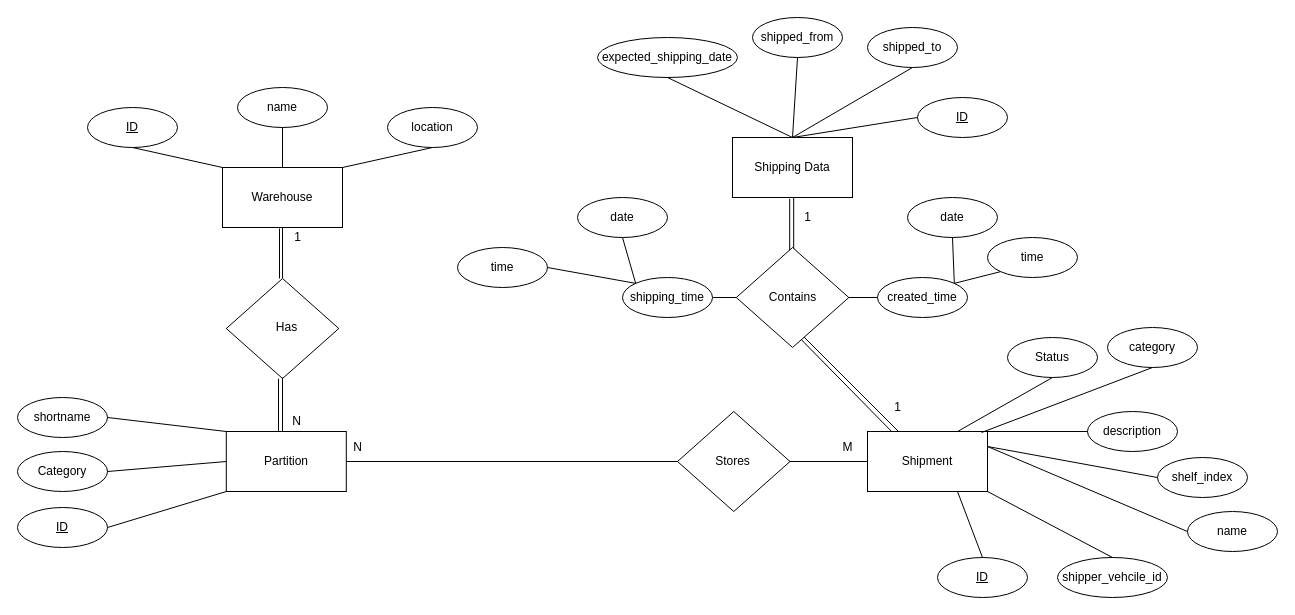
Earlier version of the draw.io diagram page "Page-2" (2 of 2) of inventory-architecture.drawio (ahmedsalahacc/Inventory-Management-System). Source tidied: cells renumbered, new cells numbered last; positions are measured from the earlier drawing's top-left corner, leaving out a move shared by most shapes. Both pictures are drawn from the tidied source at 100%, with x=0, y=0 at pixel (17, 17).
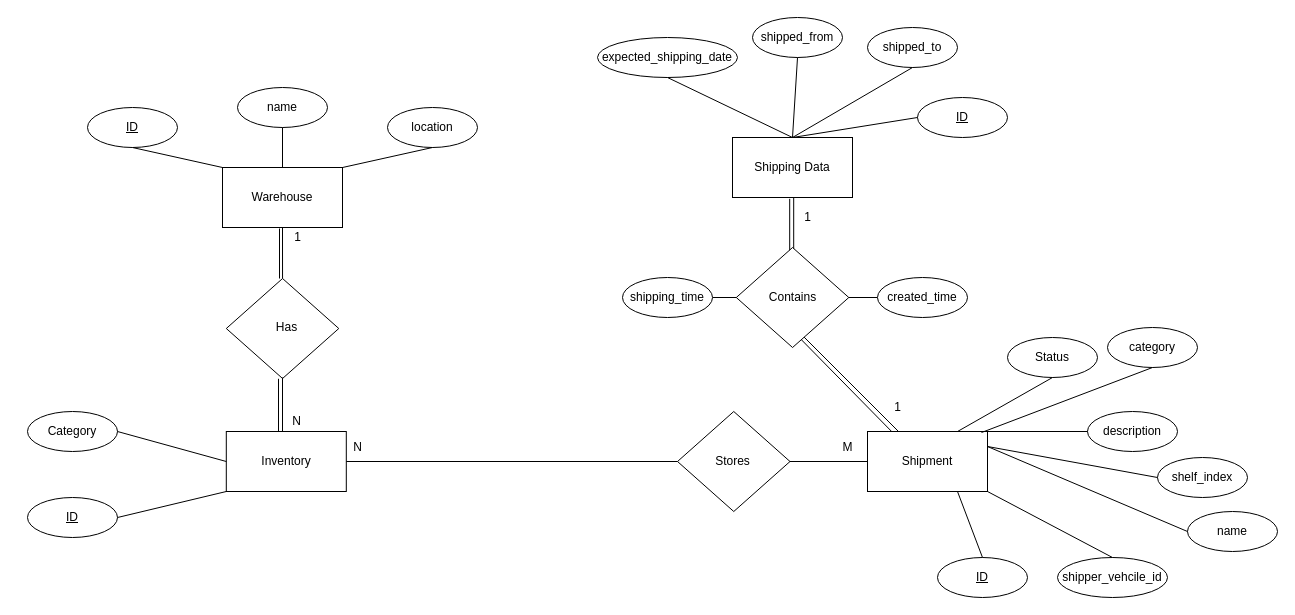
The same diagram, later.

Unchanged cells that the change refers to:
```xml
<mxCell id="36" style="group;" parent="1" vertex="1">
  <mxGeometry y="70" width="460" height="460" as="geometry" />
</mxCell>
<mxCell id="67" value="created_time" style="ellipse;whiteSpace=wrap;html=1;fontSize=12;fillColor=#FFFFFF;" parent="1" vertex="1">
  <mxGeometry x="860" y="260" width="90" height="40" as="geometry" />
</mxCell>
<mxCell id="71" value="shipping_time" style="ellipse;whiteSpace=wrap;html=1;fontSize=12;fillColor=#FFFFFF;" parent="1" vertex="1">
  <mxGeometry x="605" y="260" width="90" height="40" as="geometry" />
</mxCell>
```

The edit, as a diff of the source:
```diff
@@
-    <mxCell id="51" value="Partition" style="rounded=0;whiteSpace=wrap;html=1;fontSize=12;fillColor=#FFFFFF;" parent="36" vertex="1">
+    <mxCell id="51" value="Inventory" style="rounded=0;whiteSpace=wrap;html=1;fontSize=12;fillColor=#FFFFFF;" parent="36" vertex="1">
       <mxGeometry x="208.8" y="344" width="120" height="60" as="geometry" />
     </mxCell>
     <mxCell id="52" value="&lt;u&gt;ID&lt;/u&gt;" style="ellipse;whiteSpace=wrap;html=1;fontSize=12;fillColor=#FFFFFF;" parent="36" vertex="1">
-      <mxGeometry y="420" width="90" height="40" as="geometry" />
+      <mxGeometry x="10" y="410" width="90" height="40" as="geometry" />
     </mxCell>
     <mxCell id="53" value="Category" style="ellipse;whiteSpace=wrap;html=1;fontSize=12;fillColor=#FFFFFF;" parent="36" vertex="1">
-      <mxGeometry y="364" width="90" height="40" as="geometry" />
+      <mxGeometry x="10" y="324" width="90" height="40" as="geometry" />
     </mxCell>
-    <mxCell id="54" value="shortname" style="ellipse;whiteSpace=wrap;html=1;fontSize=12;fillColor=#FFFFFF;" parent="36" vertex="1">
-      <mxGeometry y="310" width="90" height="40" as="geometry" />
-    </mxCell>
-    <mxCell id="55" style="endArrow=none;html=1;rounded=0;fontSize=12;entryX=0;entryY=0;entryDx=0;entryDy=0;exitX=1;exitY=0.5;exitDx=0;exitDy=0;" parent="36" edge="1" source="54" target="51">
-      <mxGeometry relative="1" as="geometry" />
-    </mxCell>
@@
-    <mxCell id="65" value="time" style="ellipse;whiteSpace=wrap;html=1;fontSize=12;fillColor=#FFFFFF;" parent="1" vertex="1">
-      <mxGeometry x="970" y="220" width="90" height="40" as="geometry" />
-    </mxCell>
-    <mxCell id="66" value="date" style="ellipse;whiteSpace=wrap;html=1;fontSize=12;fillColor=#FFFFFF;" parent="1" vertex="1">
-      <mxGeometry x="890" y="180" width="90" height="40" as="geometry" />
-    </mxCell>
@@
-    <mxCell id="68" style="endArrow=none;html=1;rounded=0;fontSize=12;exitX=1;exitY=0;exitDx=0;exitDy=0;entryX=0;entryY=1;entryDx=0;entryDy=0;" parent="1" edge="1" source="67" target="65">
-      <mxGeometry relative="1" as="geometry" />
-    </mxCell>
-    <mxCell id="69" style="endArrow=none;html=1;rounded=0;fontSize=12;exitX=1;exitY=0;exitDx=0;exitDy=0;entryX=0.5;entryY=1;entryDx=0;entryDy=0;" parent="1" edge="1" source="67" target="66">
-      <mxGeometry relative="1" as="geometry" />
-    </mxCell>
@@
-    <mxCell id="72" value="time" style="ellipse;whiteSpace=wrap;html=1;fontSize=12;fillColor=#FFFFFF;" parent="1" vertex="1">
-      <mxGeometry x="440" y="230" width="90" height="40" as="geometry" />
-    </mxCell>
-    <mxCell id="73" style="endArrow=none;html=1;rounded=0;fontSize=12;exitX=0;exitY=0;exitDx=0;exitDy=0;entryX=0.5;entryY=1;entryDx=0;entryDy=0;" parent="1" edge="1" source="71" target="75">
-      <mxGeometry relative="1" as="geometry" />
-    </mxCell>
-    <mxCell id="74" style="endArrow=none;html=1;rounded=0;fontSize=12;exitX=0;exitY=0;exitDx=0;exitDy=0;entryX=1;entryY=0.5;entryDx=0;entryDy=0;" parent="1" edge="1" source="71" target="72">
-      <mxGeometry relative="1" as="geometry" />
-    </mxCell>
-    <mxCell id="75" value="date" style="ellipse;whiteSpace=wrap;html=1;fontSize=12;fillColor=#FFFFFF;" parent="1" vertex="1">
-      <mxGeometry x="560" y="180" width="90" height="40" as="geometry" />
-    </mxCell>
```
